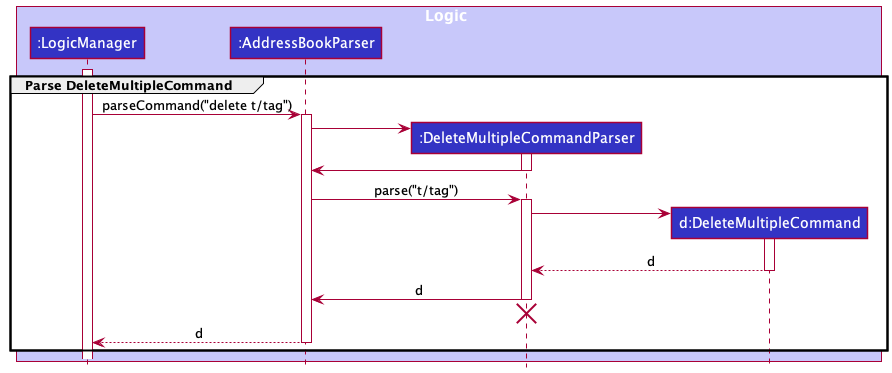
Above: docs/images/DeleteMultipleParserSequenceDiagram.png in nus-cs2103-AY2122S1/tp (PlantUML), before the change. The source it was exported from:
```plantuml
@startuml
!include style.puml

group Parse DeleteMultipleCommand
box Logic LOGIC_COLOR_T1
participant ":LogicManager" as LogicManager LOGIC_COLOR
participant ":AddressBookParser" as AddressBookParser LOGIC_COLOR
participant ":DeleteMultipleCommandParser" as DeleteMultipleCommandParser LOGIC_COLOR
participant "d:DeleteMultipleCommand" as DeleteMultipleCommand LOGIC_COLOR
end box

activate LogicManager

LogicManager -> AddressBookParser : parseCommand("delete t/tag")
activate AddressBookParser

create DeleteMultipleCommandParser
AddressBookParser -> DeleteMultipleCommandParser
activate DeleteMultipleCommandParser

DeleteMultipleCommandParser -> AddressBookParser
deactivate DeleteMultipleCommandParser

AddressBookParser -> DeleteMultipleCommandParser : parse("t/tag")
activate DeleteMultipleCommandParser

create DeleteMultipleCommand
DeleteMultipleCommandParser -> DeleteMultipleCommand
activate DeleteMultipleCommand

DeleteMultipleCommand --> DeleteMultipleCommandParser : d
deactivate DeleteMultipleCommand

DeleteMultipleCommandParser -> AddressBookParser : d
deactivate DeleteMultipleCommandParser

DeleteMultipleCommandParser -[hidden]-> AddressBookParser
destroy DeleteMultipleCommandParser

AddressBookParser --> LogicManager : d
deactivate AddressBookParser
end
@enduml
```
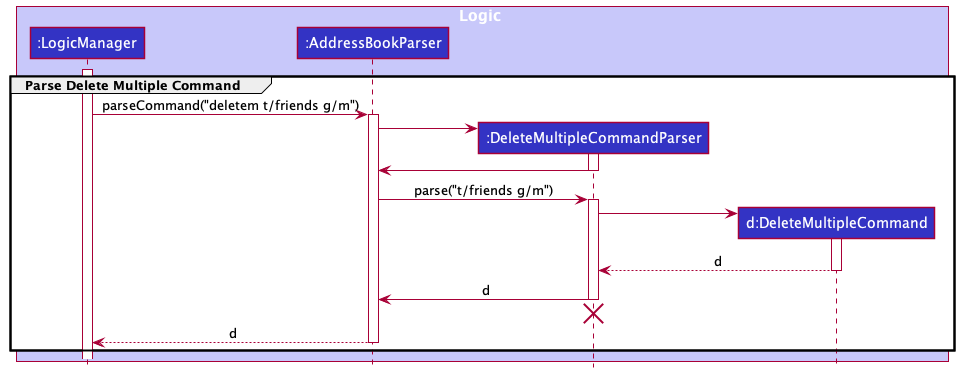
The same file after the commit.

Commit message:
Update delete multiple diagrams

Change to the diagram source:
```diff
@@ -1,7 +1,7 @@
 @startuml
 !include style.puml
 
-group Parse DeleteMultipleCommand
+group Parse Delete Multiple Command
 box Logic LOGIC_COLOR_T1
 participant ":LogicManager" as LogicManager LOGIC_COLOR
 participant ":AddressBookParser" as AddressBookParser LOGIC_COLOR
@@ -11,7 +11,7 @@
 
 activate LogicManager
 
-LogicManager -> AddressBookParser : parseCommand("delete t/tag")
+LogicManager -> AddressBookParser : parseCommand("deletem t/friends g/m")
 activate AddressBookParser
 
 create DeleteMultipleCommandParser
@@ -21,7 +21,7 @@
 DeleteMultipleCommandParser -> AddressBookParser
 deactivate DeleteMultipleCommandParser
 
-AddressBookParser -> DeleteMultipleCommandParser : parse("t/tag")
+AddressBookParser -> DeleteMultipleCommandParser : parse("t/friends g/m")
 activate DeleteMultipleCommandParser
 
 create DeleteMultipleCommand
```
